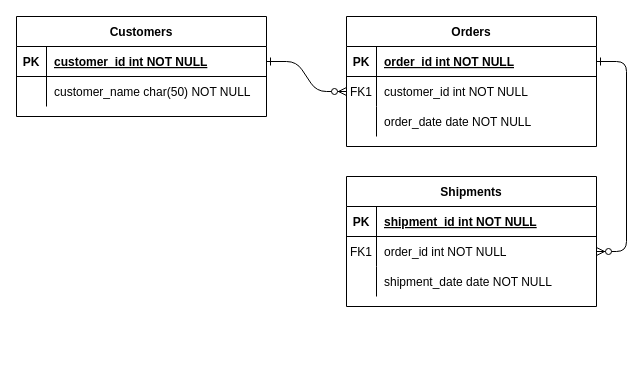
yu-tas/achieve keeps this draw.io diagram as 卒業課題.drawio. Above is the earlier version. Source tidied: cells renumbered, new cells numbered last; positions are measured from the earlier drawing's top-left corner, leaving out a move shared by most shapes. Both pictures are drawn from the tidied source at 100%, with x=0, y=0 at pixel (16, 16).
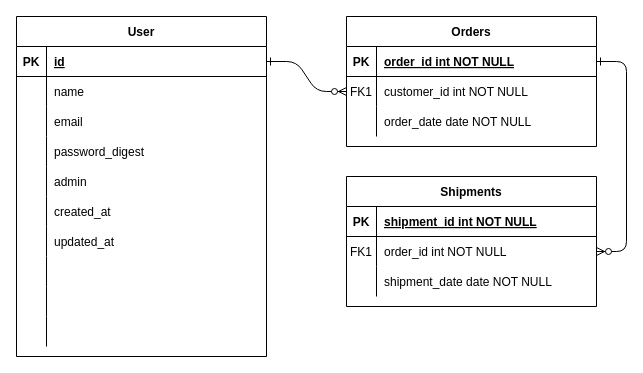
After the change.

Commit message (it also covers changes not shown here):
卒業課題.drawio を更新します

Unchanged cells that the change refers to:
```xml
<mxCell id="25" style="shape=partialRectangle;fillColor=none;points=[[0,0.5],[1,0.5]];portConstraint=eastwest;top=0;left=0;right=0;bottom=1;" parent="24" vertex="1">
  <mxGeometry y="30" width="250" height="30" as="geometry" />
</mxCell>
```

What changed in the source:
```diff
@@
-    <mxCell id="24" value="Customers" style="shape=table;startSize=30;childLayout=tableLayout;rowLines=0;fontStyle=1;align=center;" parent="1" vertex="1">
-      <mxGeometry width="250" height="100" as="geometry" />
+    <mxCell id="24" value="User" style="shape=table;startSize=30;childLayout=tableLayout;rowLines=0;fontStyle=1;align=center;" parent="1" vertex="1">
+      <mxGeometry width="250" height="340" as="geometry" />
     </mxCell>
@@
-    <mxCell id="27" value="customer_id int NOT NULL " style="shape=partialRectangle;overflow=hidden;fillColor=none;top=0;left=0;bottom=0;right=0;align=left;spacingLeft=6;fontStyle=5;" parent="25" vertex="1">
+    <mxCell id="27" value="id" style="shape=partialRectangle;overflow=hidden;fillColor=none;top=0;left=0;bottom=0;right=0;align=left;spacingLeft=6;fontStyle=5;" parent="25" vertex="1">
       <mxGeometry x="30" width="220" height="30" as="geometry" />
     </mxCell>
+    <mxCell id="31" style="shape=partialRectangle;fillColor=none;top=0;left=0;right=0;bottom=0;" parent="24" vertex="1">
+      <mxGeometry y="60" width="250" height="30" as="geometry" />
+    </mxCell>
+    <mxCell id="32" style="shape=partialRectangle;overflow=hidden;fillColor=none;top=0;left=0;bottom=0;right=0;" parent="31" vertex="1">
+      <mxGeometry width="30" height="30" as="geometry" />
+    </mxCell>
+    <mxCell id="33" value="name" style="shape=partialRectangle;overflow=hidden;fillColor=none;top=0;left=0;bottom=0;right=0;align=left;spacingLeft=6;" parent="31" vertex="1">
+      <mxGeometry x="30" width="220" height="30" as="geometry" />
+    </mxCell>
     <mxCell id="28" style="shape=partialRectangle;fillColor=none;top=0;left=0;right=0;bottom=0;" parent="24" vertex="1">
-      <mxGeometry y="60" width="250" height="30" as="geometry" />
+      <mxGeometry y="90" width="250" height="30" as="geometry" />
     </mxCell>
@@
-    <mxCell id="30" value="customer_name char(50) NOT NULL" style="shape=partialRectangle;overflow=hidden;fillColor=none;top=0;left=0;bottom=0;right=0;align=left;spacingLeft=6;" parent="28" vertex="1">
+    <mxCell id="30" value="email" style="shape=partialRectangle;overflow=hidden;fillColor=none;top=0;left=0;bottom=0;right=0;align=left;spacingLeft=6;" parent="28" vertex="1">
       <mxGeometry x="30" width="220" height="30" as="geometry" />
     </mxCell>
+    <mxCell id="34" style="shape=partialRectangle;fillColor=none;top=0;left=0;right=0;bottom=0;" parent="24" vertex="1">
+      <mxGeometry y="120" width="250" height="30" as="geometry" />
+    </mxCell>
+    <mxCell id="35" style="shape=partialRectangle;overflow=hidden;fillColor=none;top=0;left=0;bottom=0;right=0;" parent="34" vertex="1">
+      <mxGeometry width="30" height="30" as="geometry" />
+    </mxCell>
+    <mxCell id="36" value="password_digest" style="shape=partialRectangle;overflow=hidden;fillColor=none;top=0;left=0;bottom=0;right=0;align=left;spacingLeft=6;" parent="34" vertex="1">
+      <mxGeometry x="30" width="220" height="30" as="geometry" />
+    </mxCell>
+    <mxCell id="37" style="shape=partialRectangle;fillColor=none;top=0;left=0;right=0;bottom=0;" parent="24" vertex="1">
+      <mxGeometry y="150" width="250" height="30" as="geometry" />
+    </mxCell>
+    <mxCell id="38" style="shape=partialRectangle;overflow=hidden;fillColor=none;top=0;left=0;bottom=0;right=0;" parent="37" vertex="1">
+      <mxGeometry width="30" height="30" as="geometry" />
+    </mxCell>
+    <mxCell id="39" value="admin" style="shape=partialRectangle;overflow=hidden;fillColor=none;top=0;left=0;bottom=0;right=0;align=left;spacingLeft=6;" parent="37" vertex="1">
+      <mxGeometry x="30" width="220" height="30" as="geometry" />
+    </mxCell>
+    <mxCell id="40" style="shape=partialRectangle;fillColor=none;top=0;left=0;right=0;bottom=0;" parent="24" vertex="1">
+      <mxGeometry y="180" width="250" height="30" as="geometry" />
+    </mxCell>
+    <mxCell id="41" style="shape=partialRectangle;overflow=hidden;fillColor=none;top=0;left=0;bottom=0;right=0;" parent="40" vertex="1">
+      <mxGeometry width="30" height="30" as="geometry" />
+    </mxCell>
+    <mxCell id="42" value="created_at" style="shape=partialRectangle;overflow=hidden;fillColor=none;top=0;left=0;bottom=0;right=0;align=left;spacingLeft=6;" parent="40" vertex="1">
+      <mxGeometry x="30" width="220" height="30" as="geometry" />
+    </mxCell>
+    <mxCell id="43" style="shape=partialRectangle;fillColor=none;top=0;left=0;right=0;bottom=0;" parent="24" vertex="1">
+      <mxGeometry y="210" width="250" height="30" as="geometry" />
+    </mxCell>
+    <mxCell id="44" style="shape=partialRectangle;overflow=hidden;fillColor=none;top=0;left=0;bottom=0;right=0;" parent="43" vertex="1">
+      <mxGeometry width="30" height="30" as="geometry" />
+    </mxCell>
+    <mxCell id="45" value="updated_at" style="shape=partialRectangle;overflow=hidden;fillColor=none;top=0;left=0;bottom=0;right=0;align=left;spacingLeft=6;" parent="43" vertex="1">
+      <mxGeometry x="30" width="220" height="30" as="geometry" />
+    </mxCell>
+    <mxCell id="46" style="shape=partialRectangle;fillColor=none;top=0;left=0;right=0;bottom=0;" parent="24" vertex="1">
+      <mxGeometry y="240" width="250" height="30" as="geometry" />
+    </mxCell>
+    <mxCell id="47" style="shape=partialRectangle;overflow=hidden;fillColor=none;top=0;left=0;bottom=0;right=0;" parent="46" vertex="1">
+      <mxGeometry width="30" height="30" as="geometry" />
+    </mxCell>
+    <mxCell id="48" style="shape=partialRectangle;overflow=hidden;fillColor=none;top=0;left=0;bottom=0;right=0;align=left;spacingLeft=6;" parent="46" vertex="1">
+      <mxGeometry x="30" width="220" height="30" as="geometry" />
+    </mxCell>
+    <mxCell id="49" style="shape=partialRectangle;fillColor=none;top=0;left=0;right=0;bottom=0;" parent="24" vertex="1">
+      <mxGeometry y="270" width="250" height="30" as="geometry" />
+    </mxCell>
+    <mxCell id="50" style="shape=partialRectangle;overflow=hidden;fillColor=none;top=0;left=0;bottom=0;right=0;" parent="49" vertex="1">
+      <mxGeometry width="30" height="30" as="geometry" />
+    </mxCell>
+    <mxCell id="51" style="shape=partialRectangle;overflow=hidden;fillColor=none;top=0;left=0;bottom=0;right=0;align=left;spacingLeft=6;" parent="49" vertex="1">
+      <mxGeometry x="30" width="220" height="30" as="geometry" />
+    </mxCell>
+    <mxCell id="52" style="shape=partialRectangle;fillColor=none;top=0;left=0;right=0;bottom=0;" parent="24" vertex="1">
+      <mxGeometry y="300" width="250" height="30" as="geometry" />
+    </mxCell>
+    <mxCell id="53" style="shape=partialRectangle;overflow=hidden;fillColor=none;top=0;left=0;bottom=0;right=0;" parent="52" vertex="1">
+      <mxGeometry width="30" height="30" as="geometry" />
+    </mxCell>
+    <mxCell id="54" style="shape=partialRectangle;overflow=hidden;fillColor=none;top=0;left=0;bottom=0;right=0;align=left;spacingLeft=6;" parent="52" vertex="1">
+      <mxGeometry x="30" width="220" height="30" as="geometry" />
+    </mxCell>
```
